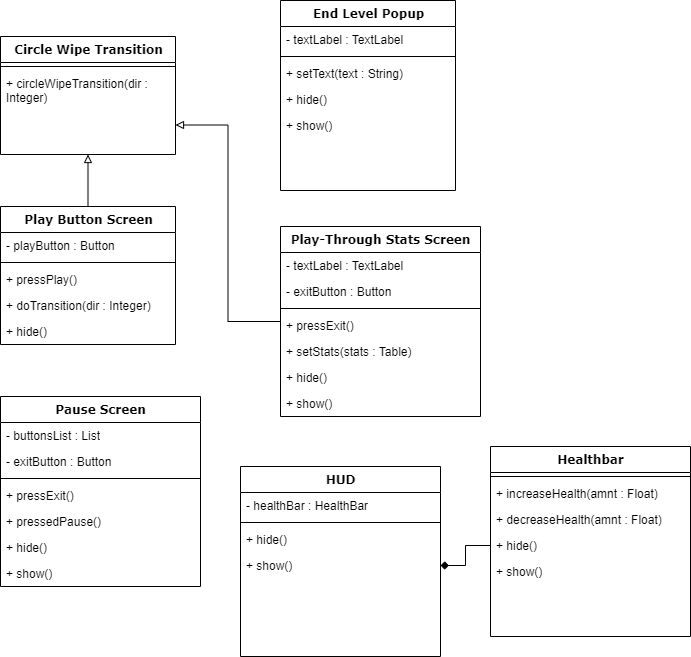
Earlier version of the draw.io export Documents/Isaac/Class Diagram.png (Enoch-Myers/Project-Maroon). Source tidied: cells renumbered, new cells last; positions are measured from the earlier drawing's top-left corner, leaving out a move shared by most shapes.
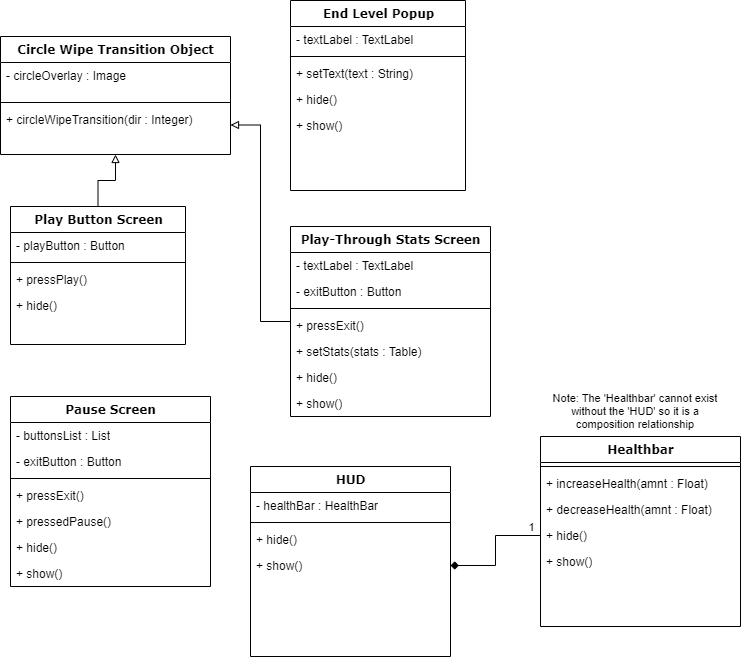
After the commit.

Commit message:
update class diagram

Change to the diagram source:
```diff
@@ -2,14 +2,17 @@
   <root>
     <mxCell id="0" />
     <mxCell id="1" parent="0" />
-    <mxCell id="2" value="Circle Wipe Transition" style="swimlane;html=1;fontStyle=1;align=center;verticalAlign=top;horizontal=1;startSize=26;swimlaneFillColor=#ffffff;rounded=0;shadow=0;comic=0;labelBackgroundColor=none;strokeWidth=1;fillColor=none;fontFamily=Verdana;fontSize=12;" parent="1" vertex="1">
-      <mxGeometry y="36" width="175" height="118" as="geometry" />
+    <mxCell id="2" value="Circle Wipe Transition Object" style="swimlane;html=1;fontStyle=1;align=center;verticalAlign=top;horizontal=1;startSize=26;swimlaneFillColor=#ffffff;rounded=0;shadow=0;comic=0;labelBackgroundColor=none;strokeWidth=1;fillColor=none;fontFamily=Verdana;fontSize=12;" parent="1" vertex="1">
+      <mxGeometry x="-10" y="36" width="230" height="118" as="geometry" />
     </mxCell>
+    <mxCell id="47" value="- circleOverlay : Image" style="text;html=1;strokeColor=none;fillColor=none;align=left;verticalAlign=top;spacingLeft=4;spacingRight=4;whiteSpace=wrap;overflow=hidden;" parent="2" vertex="1">
+      <mxGeometry y="26" width="230" height="36" as="geometry" />
+    </mxCell>
     <mxCell id="3" style="line;html=1;strokeWidth=1;fillColor=none;align=left;verticalAlign=middle;spacingTop=-1;spacingLeft=3;spacingRight=3;labelPosition=right;" parent="2" vertex="1">
-      <mxGeometry y="26" width="175" height="8" as="geometry" />
+      <mxGeometry y="62" width="230" height="8" as="geometry" />
     </mxCell>
     <mxCell id="4" value="+ circleWipeTransition(dir : Integer)" style="text;html=1;strokeColor=none;fillColor=none;align=left;verticalAlign=top;spacingLeft=4;spacingRight=4;whiteSpace=wrap;overflow=hidden;" parent="2" vertex="1">
-      <mxGeometry y="34" width="175" height="36" as="geometry" />
+      <mxGeometry y="70" width="230" height="36" as="geometry" />
     </mxCell>
     <mxCell id="5" style="edgeStyle=orthogonalEdgeStyle;rounded=0;jettySize=auto;html=1;entryX=0.5;entryY=1;entryDx=0;entryDy=0;endArrow=block;endFill=0;" parent="1" edge="1" source="6" target="2">
       <mxGeometry relative="1" as="geometry" />
@@ -26,11 +29,8 @@
     <mxCell id="9" value="+ pressPlay()" style="text;html=1;strokeColor=none;fillColor=none;align=left;verticalAlign=top;spacingLeft=4;spacingRight=4;whiteSpace=wrap;overflow=hidden;" parent="6" vertex="1">
       <mxGeometry y="60" width="175" height="26" as="geometry" />
     </mxCell>
-    <mxCell id="10" value="+ doTransition(dir : Integer)" style="text;html=1;strokeColor=none;fillColor=none;align=left;verticalAlign=top;spacingLeft=4;spacingRight=4;whiteSpace=wrap;overflow=hidden;" parent="6" vertex="1">
-      <mxGeometry y="86" width="175" height="26" as="geometry" />
-    </mxCell>
     <mxCell id="11" value="+ hide()" style="text;html=1;strokeColor=none;fillColor=none;align=left;verticalAlign=top;spacingLeft=4;spacingRight=4;whiteSpace=wrap;overflow=hidden;" parent="6" vertex="1">
-      <mxGeometry y="112" width="175" height="26" as="geometry" />
+      <mxGeometry y="86" width="175" height="26" as="geometry" />
     </mxCell>
     <mxCell id="12" value="End Level Popup" style="swimlane;html=1;fontStyle=1;align=center;verticalAlign=top;horizontal=1;startSize=26;swimlaneFillColor=#ffffff;rounded=0;shadow=0;comic=0;labelBackgroundColor=none;strokeWidth=1;fillColor=none;fontFamily=Verdana;fontSize=12;" parent="1" vertex="1">
       <mxGeometry x="280" width="175" height="190" as="geometry" />
@@ -117,7 +117,7 @@
       <mxGeometry y="86" width="200" height="26" as="geometry" />
     </mxCell>
     <mxCell id="40" value="Healthbar" style="swimlane;html=1;fontStyle=1;align=center;verticalAlign=top;horizontal=1;startSize=26;swimlaneFillColor=#ffffff;rounded=0;shadow=0;comic=0;labelBackgroundColor=none;strokeWidth=1;fillColor=none;fontFamily=Verdana;fontSize=12;" parent="1" vertex="1">
-      <mxGeometry x="490" y="446" width="200" height="190" as="geometry" />
+      <mxGeometry x="530" y="436" width="200" height="190" as="geometry" />
     </mxCell>
     <mxCell id="41" style="line;html=1;strokeWidth=1;fillColor=none;align=left;verticalAlign=middle;spacingTop=-1;spacingLeft=3;spacingRight=3;labelPosition=right;" parent="40" vertex="1">
       <mxGeometry y="26" width="200" height="8" as="geometry" />
@@ -137,5 +137,13 @@
     <mxCell id="46" style="edgeStyle=orthogonalEdgeStyle;rounded=0;jettySize=auto;html=1;entryX=1;entryY=0.5;entryDx=0;entryDy=0;endArrow=diamond;endFill=1;" parent="1" edge="1" source="44" target="39">
       <mxGeometry relative="1" as="geometry" />
     </mxCell>
+    <mxCell id="48" value="1" style="edgeLabel;html=1;align=center;verticalAlign=middle;fontFamily=Helvetica;fontSize=11;fontColor=default;labelBackgroundColor=default;" parent="46" vertex="1">
+      <mxGeometry x="-0.75" y="-1" relative="1" as="geometry">
+        <mxPoint x="5" y="-8" as="offset" />
+      </mxGeometry>
+    </mxCell>
+    <mxCell id="49" value="Note: The 'Healthbar' cannot exist without the 'HUD' so it is a composition relationship" style="text;html=1;align=center;verticalAlign=middle;whiteSpace=wrap;rounded=0;fontFamily=Helvetica;fontSize=11;fontColor=default;labelBackgroundColor=default;" parent="1" vertex="1">
+      <mxGeometry x="530" y="396" width="190" height="30" as="geometry" />
+    </mxCell>
   </root>
 </mxGraphModel>
```
